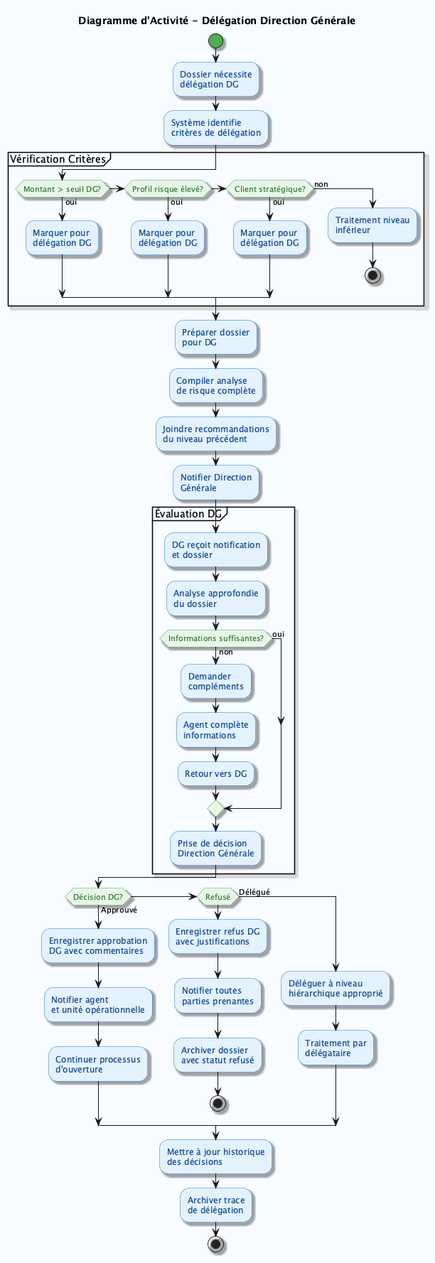
This is SYSTEME-OUVERTURE-COMPTE/DIAGRAMMES-ACTIVITE/DelegationDirectionGenerale.png from caranvalis/diagramePlantUml, a PlantUML export, as it was before one commit.
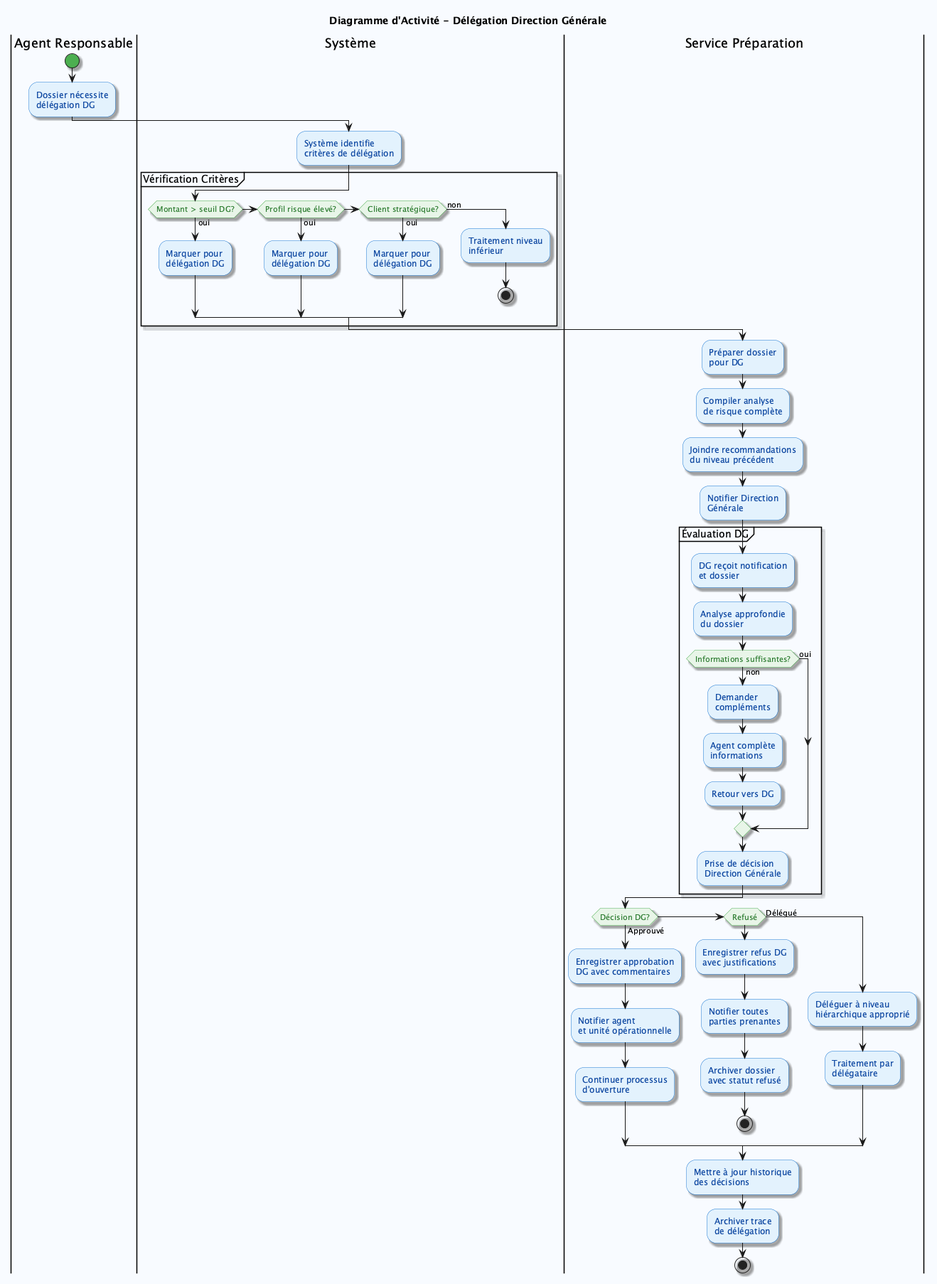
Later version of the same file.

What changed in the source:
```diff
@@ -10,15 +10,21 @@
     StartColor #4CAF50
     EndColor #F44336
 }
+skinparam actor {
+    BackgroundColor #FF7043
+    BorderColor #D84315
+    FontColor #FFFFFF
+}
 skinparam shadowing true
 
 title Diagramme d'Activité - Délégation Direction Générale
 
+|Agent Responsable|
 start
-
 :Dossier nécessite
 délégation DG;
 
+|Système|
 :Système identifie
 critères de délégation;
 
@@ -39,6 +45,7 @@
     endif
 }
 
+|Service Préparation|
 :Préparer dossier
 pour DG;
 
@@ -48,8 +55,10 @@
 :Joindre recommandations
 du niveau précédent;
 
+
 :Notifier Direction
 Générale;
+
 
 partition "Évaluation DG" {
     :DG reçoit notification
@@ -62,8 +71,10 @@
         :Demander
         compléments;
 
+
         :Agent complète
         informations;
+
 
         :Retour vers DG;
     else (oui)
@@ -74,16 +85,21 @@
 }
 
 if (Décision DG?) then (Approuvé)
+
     :Enregistrer approbation
     DG avec commentaires;
 
     :Notifier agent
     et unité opérationnelle;
 
+
+
     :Continuer processus
     d'ouverture;
 
+
 elseif (Refusé) then
+
     :Enregistrer refus DG
     avec justifications;
 
@@ -93,15 +109,20 @@
     :Archiver dossier
     avec statut refusé;
 
+
     stop
 
 else (Délégué)
+
     :Déléguer à niveau
     hiérarchique approprié;
 
+
     :Traitement par
     délégataire;
+
 endif
+
 
 :Mettre à jour historique
 des décisions;
```
